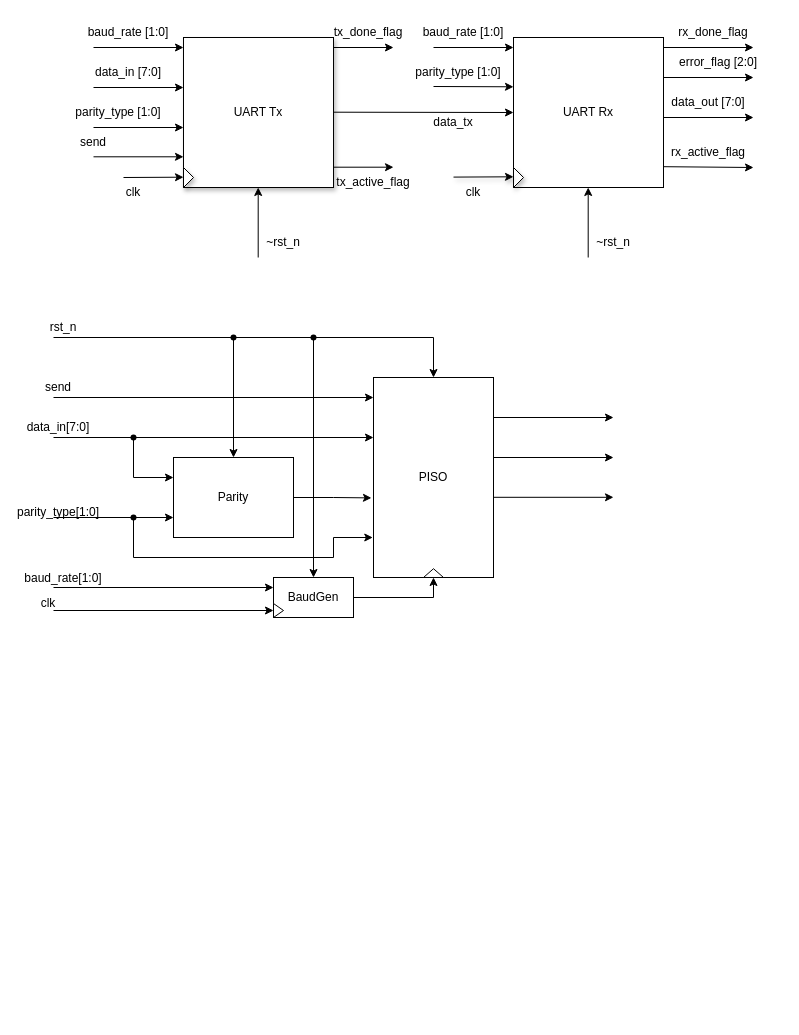
Above: page "UART" (1 of 11) of UART Diagram.drawio in 106210049/UART-SystemVerilog (draw.io), before the change. Source tidied: cells renumbered, new cells numbered last; positions are measured from the earlier drawing's top-left corner, leaving out a move shared by most shapes. Both pictures are drawn from the tidied source at 100%, with x=0, y=0 at pixel (28, 17).
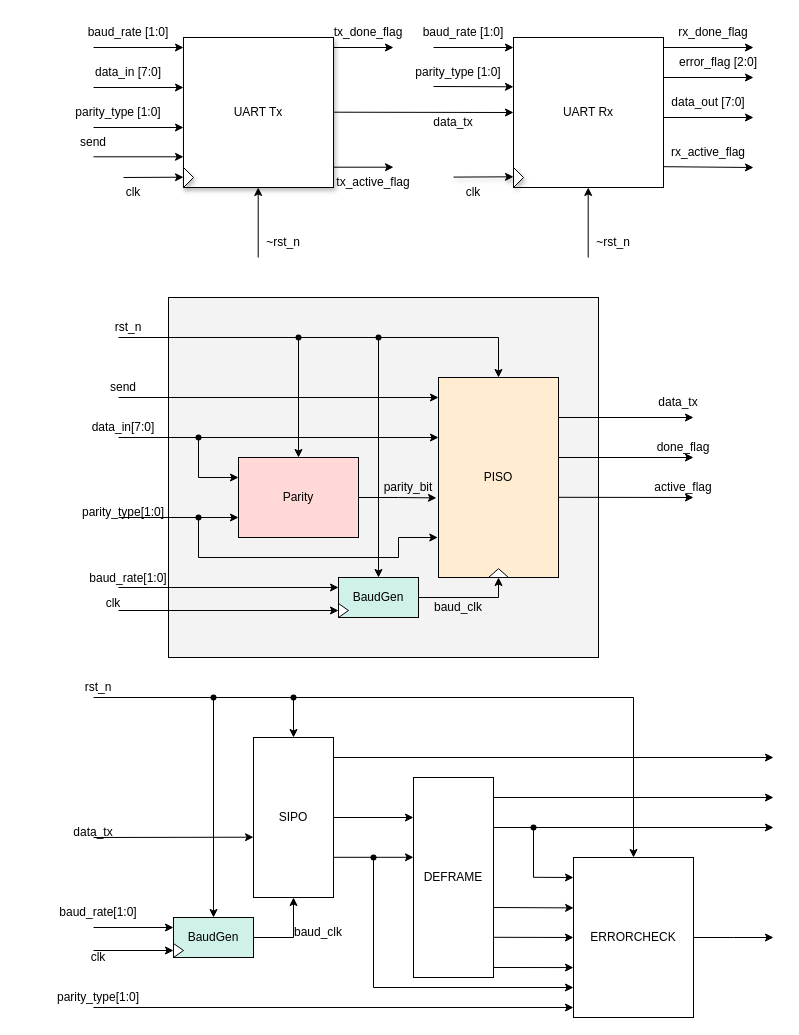
Above is the later version.

What changed in the source:
```diff
@@
+    <mxCell id="75" style="rounded=0;whiteSpace=wrap;html=1;fillColor=light-dark(#F3F3F3,var(--ge-dark-color, #121212));" parent="1" vertex="1">
+      <mxGeometry x="140" y="280" width="430" height="360" as="geometry" />
+    </mxCell>
@@
-    <mxCell id="40" value="PISO" style="rounded=0;whiteSpace=wrap;html=1;" parent="1" vertex="1">
-      <mxGeometry x="345" y="360" width="120" height="200" as="geometry" />
+    <mxCell id="40" value="PISO" style="rounded=0;whiteSpace=wrap;html=1;fillColor=light-dark(#FFECD1,var(--ge-dark-color, #121212));" parent="1" vertex="1">
+      <mxGeometry x="410" y="360" width="120" height="200" as="geometry" />
     </mxCell>
-    <mxCell id="41" value="Parity" style="rounded=0;whiteSpace=wrap;html=1;" parent="1" vertex="1">
-      <mxGeometry x="145" y="440" width="120" height="80" as="geometry" />
+    <mxCell id="41" value="Parity" style="rounded=0;whiteSpace=wrap;html=1;fillColor=light-dark(#FFD8D7,var(--ge-dark-color, #121212));" parent="1" vertex="1">
+      <mxGeometry x="210" y="440" width="120" height="80" as="geometry" />
     </mxCell>
@@
-    <mxCell id="43" value="BaudGen" style="rounded=0;whiteSpace=wrap;html=1;" parent="1" vertex="1">
-      <mxGeometry x="245" y="560" width="80" height="40" as="geometry" />
+    <mxCell id="43" value="BaudGen" style="rounded=0;whiteSpace=wrap;html=1;fillColor=light-dark(#D0F0EA,var(--ge-dark-color, #121212));" parent="1" vertex="1">
+      <mxGeometry x="310" y="560" width="80" height="40" as="geometry" />
     </mxCell>
     <mxCell id="44" style="endArrow=classic;html=1;rounded=0;" parent="1" edge="1">
       <mxGeometry relative="1" as="geometry">
-        <mxPoint x="25" y="380" as="sourcePoint" />
-        <mxPoint x="345" y="380" as="targetPoint" />
+        <mxPoint x="90" y="380" as="sourcePoint" />
+        <mxPoint x="410" y="380" as="targetPoint" />
       </mxGeometry>
     </mxCell>
     <mxCell id="45" style="endArrow=none;html=1;rounded=0;" parent="1" edge="1">
       <mxGeometry relative="1" as="geometry">
-        <mxPoint x="25" y="320" as="sourcePoint" />
-        <mxPoint x="405" y="320" as="targetPoint" />
+        <mxPoint x="90" y="320" as="sourcePoint" />
+        <mxPoint x="470" y="320" as="targetPoint" />
       </mxGeometry>
     </mxCell>
     <mxCell id="46" style="endArrow=classic;html=1;rounded=0;entryX=0.5;entryY=0;entryDx=0;entryDy=0;" parent="1" edge="1" target="40">
       <mxGeometry relative="1" as="geometry">
-        <mxPoint x="405" y="320" as="sourcePoint" />
+        <mxPoint x="470" y="320" as="sourcePoint" />
       </mxGeometry>
     </mxCell>
     <mxCell id="47" style="endArrow=classic;html=1;rounded=0;" parent="1" edge="1">
       <mxGeometry relative="1" as="geometry">
-        <mxPoint x="25" y="420" as="sourcePoint" />
-        <mxPoint x="345" y="420" as="targetPoint" />
+        <mxPoint x="90" y="420" as="sourcePoint" />
+        <mxPoint x="410" y="420" as="targetPoint" />
       </mxGeometry>
     </mxCell>
     <mxCell id="48" style="triangle;whiteSpace=wrap;html=1;rotation=-90;" parent="1" vertex="1">
-      <mxGeometry x="400.6" y="545.6" width="8.8" height="20" as="geometry" />
+      <mxGeometry x="465.6" y="545.6" width="8.8" height="20" as="geometry" />
     </mxCell>
     <mxCell id="49" style="triangle;whiteSpace=wrap;html=1;" parent="1" vertex="1">
-      <mxGeometry x="245" y="586" width="10" height="14" as="geometry" />
+      <mxGeometry x="310" y="586" width="10" height="14" as="geometry" />
     </mxCell>
     <mxCell id="50" style="endArrow=classic;html=1;rounded=0;entryX=0;entryY=0.5;entryDx=0;entryDy=0;" parent="1" edge="1" target="49">
       <mxGeometry relative="1" as="geometry">
-        <mxPoint x="25" y="593" as="sourcePoint" />
+        <mxPoint x="90" y="593" as="sourcePoint" />
       </mxGeometry>
     </mxCell>
     <mxCell id="51" style="endArrow=classic;html=1;rounded=0;entryX=0;entryY=0.25;entryDx=0;entryDy=0;" parent="1" edge="1" target="43">
       <mxGeometry relative="1" as="geometry">
-        <mxPoint x="25" y="570" as="sourcePoint" />
+        <mxPoint x="90" y="570" as="sourcePoint" />
       </mxGeometry>
     </mxCell>
     <mxCell id="52" value="baud_rate[1:0]" style="text;strokeColor=none;align=center;fillColor=none;html=1;verticalAlign=middle;whiteSpace=wrap;rounded=0;" parent="1" vertex="1">
-      <mxGeometry x="5" y="545.6" width="60" height="30" as="geometry" />
+      <mxGeometry x="70" y="545.6" width="60" height="30" as="geometry" />
     </mxCell>
     <mxCell id="53" value="clk" style="text;strokeColor=none;align=center;fillColor=none;html=1;verticalAlign=middle;whiteSpace=wrap;rounded=0;" parent="1" vertex="1">
-      <mxGeometry x="5" y="575.6" width="30" height="20" as="geometry" />
+      <mxGeometry x="70" y="575.6" width="30" height="20" as="geometry" />
     </mxCell>
     <mxCell id="54" style="endArrow=classic;html=1;rounded=0;entryX=0.5;entryY=0;entryDx=0;entryDy=0;" parent="1" edge="1" target="41">
       <mxGeometry relative="1" as="geometry">
-        <mxPoint x="205" y="320" as="sourcePoint" />
+        <mxPoint x="270" y="320" as="sourcePoint" />
       </mxGeometry>
     </mxCell>
     <mxCell id="55" style="shape=waypoint;sketch=0;fillStyle=solid;size=6;fillColor=none;perimeter=centerPerimeter;" parent="1" vertex="1">
-      <mxGeometry x="195" y="310" width="20" height="20" as="geometry" />
+      <mxGeometry x="260" y="310" width="20" height="20" as="geometry" />
     </mxCell>
     <mxCell id="56" value="rst_n" style="text;strokeColor=none;align=center;fillColor=none;html=1;verticalAlign=middle;whiteSpace=wrap;rounded=0;" parent="1" vertex="1">
-      <mxGeometry x="15" y="300" width="40" height="20" as="geometry" />
+      <mxGeometry x="80" y="300" width="40" height="20" as="geometry" />
     </mxCell>
     <mxCell id="57" style="endArrow=classic;html=1;rounded=0;entryX=0.5;entryY=0;entryDx=0;entryDy=0;" parent="1" edge="1" target="43">
       <mxGeometry relative="1" as="geometry">
-        <mxPoint x="285" y="320" as="sourcePoint" />
+        <mxPoint x="350" y="320" as="sourcePoint" />
       </mxGeometry>
     </mxCell>
     <mxCell id="58" style="shape=waypoint;sketch=0;fillStyle=solid;size=6;fillColor=none;perimeter=centerPerimeter;" parent="1" vertex="1">
-      <mxGeometry x="275" y="310" width="20" height="20" as="geometry" />
+      <mxGeometry x="340" y="310" width="20" height="20" as="geometry" />
     </mxCell>
     <mxCell id="59" style="endArrow=none;html=1;rounded=0;" parent="1" edge="1">
       <mxGeometry relative="1" as="geometry">
-        <mxPoint x="105" y="460" as="sourcePoint" />
-        <mxPoint x="105" y="420" as="targetPoint" />
+        <mxPoint x="170" y="460" as="sourcePoint" />
+        <mxPoint x="170" y="420" as="targetPoint" />
       </mxGeometry>
     </mxCell>
     <mxCell id="60" style="endArrow=classic;html=1;rounded=0;entryX=0;entryY=0.25;entryDx=0;entryDy=0;" parent="1" edge="1" target="41">
       <mxGeometry relative="1" as="geometry">
-        <mxPoint x="105" y="460" as="sourcePoint" />
+        <mxPoint x="170" y="460" as="sourcePoint" />
       </mxGeometry>
     </mxCell>
@@
     <mxCell id="62" style="endArrow=classic;html=1;rounded=0;" parent="1" edge="1">
       <mxGeometry relative="1" as="geometry">
-        <mxPoint x="25" y="500" as="sourcePoint" />
-        <mxPoint x="145" y="500" as="targetPoint" />
+        <mxPoint x="90" y="500" as="sourcePoint" />
+        <mxPoint x="210" y="500" as="targetPoint" />
       </mxGeometry>
     </mxCell>
     <mxCell id="63" style="endArrow=none;html=1;rounded=0;" parent="1" edge="1">
       <mxGeometry relative="1" as="geometry">
-        <mxPoint x="105" y="540" as="sourcePoint" />
-        <mxPoint x="105" y="500" as="targetPoint" />
+        <mxPoint x="170" y="540" as="sourcePoint" />
+        <mxPoint x="170" y="500" as="targetPoint" />
       </mxGeometry>
     </mxCell>
     <mxCell id="64" style="endArrow=none;html=1;rounded=0;" parent="1" edge="1">
       <mxGeometry relative="1" as="geometry">
-        <mxPoint x="105" y="540" as="sourcePoint" />
-        <mxPoint x="305" y="540" as="targetPoint" />
+        <mxPoint x="170" y="540" as="sourcePoint" />
+        <mxPoint x="370" y="540" as="targetPoint" />
       </mxGeometry>
     </mxCell>
     <mxCell id="65" style="shape=waypoint;sketch=0;fillStyle=solid;size=6;fillColor=none;perimeter=centerPerimeter;" parent="1" vertex="1">
-      <mxGeometry x="95" y="490" width="20" height="20" as="geometry" />
+      <mxGeometry x="160" y="490" width="20" height="20" as="geometry" />
     </mxCell>
     <mxCell id="66" style="endArrow=none;html=1;rounded=0;" parent="1" edge="1">
       <mxGeometry relative="1" as="geometry">
-        <mxPoint x="305" y="540" as="sourcePoint" />
-        <mxPoint x="305" y="520" as="targetPoint" />
+        <mxPoint x="370" y="540" as="sourcePoint" />
+        <mxPoint x="370" y="520" as="targetPoint" />
       </mxGeometry>
     </mxCell>
     <mxCell id="67" style="endArrow=classic;html=1;rounded=0;entryX=-0.006;entryY=0.8;entryDx=0;entryDy=0;entryPerimeter=0;" parent="1" edge="1" target="40">
       <mxGeometry relative="1" as="geometry">
-        <mxPoint x="305" y="520" as="sourcePoint" />
+        <mxPoint x="370" y="520" as="sourcePoint" />
       </mxGeometry>
     </mxCell>
     <mxCell id="68" style="endArrow=classic;html=1;rounded=0;" parent="1" edge="1">
       <mxGeometry relative="1" as="geometry">
-        <mxPoint x="465" y="400" as="sourcePoint" />
-        <mxPoint x="585" y="400" as="targetPoint" />
+        <mxPoint x="530" y="400" as="sourcePoint" />
+        <mxPoint x="665" y="400" as="targetPoint" />
       </mxGeometry>
     </mxCell>
     <mxCell id="69" style="endArrow=classic;html=1;rounded=0;" parent="1" edge="1">
       <mxGeometry relative="1" as="geometry">
-        <mxPoint x="465" y="440" as="sourcePoint" />
-        <mxPoint x="585" y="440" as="targetPoint" />
+        <mxPoint x="530" y="440" as="sourcePoint" />
+        <mxPoint x="665" y="440" as="targetPoint" />
       </mxGeometry>
     </mxCell>
     <mxCell id="70" style="endArrow=classic;html=1;rounded=0;" parent="1" edge="1">
       <mxGeometry relative="1" as="geometry">
-        <mxPoint x="465" y="479.8" as="sourcePoint" />
-        <mxPoint x="585" y="479.8" as="targetPoint" />
+        <mxPoint x="530" y="479.8" as="sourcePoint" />
+        <mxPoint x="665" y="480" as="targetPoint" />
       </mxGeometry>
     </mxCell>
     <mxCell id="71" style="shape=waypoint;sketch=0;fillStyle=solid;size=6;fillColor=none;perimeter=centerPerimeter;" parent="1" vertex="1">
-      <mxGeometry x="95" y="410" width="20" height="20" as="geometry" />
+      <mxGeometry x="160" y="410" width="20" height="20" as="geometry" />
     </mxCell>
     <mxCell id="72" value="data_in[7:0]" style="text;strokeColor=none;align=center;fillColor=none;html=1;verticalAlign=middle;whiteSpace=wrap;rounded=0;" parent="1" vertex="1">
-      <mxGeometry x="10" y="400" width="40" height="20" as="geometry" />
+      <mxGeometry x="75" y="400" width="40" height="20" as="geometry" />
     </mxCell>
     <mxCell id="73" value="send" style="text;strokeColor=none;align=center;fillColor=none;html=1;verticalAlign=middle;whiteSpace=wrap;rounded=0;" parent="1" vertex="1">
-      <mxGeometry x="10" y="360" width="40" height="20" as="geometry" />
+      <mxGeometry x="75" y="360" width="40" height="20" as="geometry" />
     </mxCell>
     <mxCell id="74" value="parity_type[1:0]" style="text;strokeColor=none;align=center;fillColor=none;html=1;verticalAlign=middle;whiteSpace=wrap;rounded=0;" parent="1" vertex="1">
-      <mxGeometry y="480" width="60" height="30" as="geometry" />
+      <mxGeometry x="65" y="480" width="60" height="30" as="geometry" />
     </mxCell>
+    <mxCell id="76" value="parity_bit" style="text;strokeColor=none;align=center;fillColor=none;html=1;verticalAlign=middle;whiteSpace=wrap;rounded=0;" parent="1" vertex="1">
+      <mxGeometry x="360" y="460" width="40" height="20" as="geometry" />
+    </mxCell>
+    <mxCell id="77" value="baud_clk" style="text;strokeColor=none;align=center;fillColor=none;html=1;verticalAlign=middle;whiteSpace=wrap;rounded=0;" parent="1" vertex="1">
+      <mxGeometry x="400" y="580" width="60" height="20.6" as="geometry" />
+    </mxCell>
+    <mxCell id="78" value="data_tx" style="text;strokeColor=none;align=center;fillColor=none;html=1;verticalAlign=middle;whiteSpace=wrap;rounded=0;" parent="1" vertex="1">
+      <mxGeometry x="625" y="370" width="50" height="30" as="geometry" />
+    </mxCell>
+    <mxCell id="79" value="done_flag" style="text;strokeColor=none;align=center;fillColor=none;html=1;verticalAlign=middle;whiteSpace=wrap;rounded=0;" parent="1" vertex="1">
+      <mxGeometry x="625" y="420" width="60" height="20" as="geometry" />
+    </mxCell>
+    <mxCell id="80" value="active_flag" style="text;strokeColor=none;align=center;fillColor=none;html=1;verticalAlign=middle;whiteSpace=wrap;rounded=0;" parent="1" vertex="1">
+      <mxGeometry x="625" y="460" width="60" height="20" as="geometry" />
+    </mxCell>
+    <mxCell id="81" value="SIPO" style="rounded=0;whiteSpace=wrap;html=1;" parent="1" vertex="1">
+      <mxGeometry x="225" y="720" width="80" height="160" as="geometry" />
+    </mxCell>
+    <mxCell id="82" style="endArrow=classic;html=1;rounded=0;" parent="1" edge="1">
+      <mxGeometry relative="1" as="geometry">
+        <mxPoint x="65" y="820" as="sourcePoint" />
+        <mxPoint x="225" y="819.7" as="targetPoint" />
+      </mxGeometry>
+    </mxCell>
+    <mxCell id="83" style="group;" parent="1" vertex="1">
+      <mxGeometry x="145" y="900" width="80" height="40" as="geometry" />
+    </mxCell>
+    <mxCell id="84" value="BaudGen" style="rounded=0;whiteSpace=wrap;html=1;fillColor=light-dark(#D0F0EA,var(--ge-dark-color, #121212));" parent="83" vertex="1">
+      <mxGeometry width="80" height="40" as="geometry" />
+    </mxCell>
+    <mxCell id="85" style="triangle;whiteSpace=wrap;html=1;" parent="83" vertex="1">
+      <mxGeometry y="26" width="10" height="14" as="geometry" />
+    </mxCell>
+    <mxCell id="86" style="endArrow=classic;html=1;rounded=0;entryX=0;entryY=0.5;entryDx=0;entryDy=0;" parent="1" edge="1" target="85">
+      <mxGeometry relative="1" as="geometry">
+        <mxPoint x="65" y="933" as="sourcePoint" />
+      </mxGeometry>
+    </mxCell>
+    <mxCell id="87" style="edgeStyle=orthogonalEdgeStyle;rounded=0;jettySize=auto;html=1;entryX=0.5;entryY=1;entryDx=0;entryDy=0;" parent="1" edge="1" source="84" target="81">
+      <mxGeometry relative="1" as="geometry">
+        <Array as="points">
+          <mxPoint x="265" y="920" />
+        </Array>
+      </mxGeometry>
+    </mxCell>
+    <mxCell id="88" value="DEFRAME" style="rounded=0;whiteSpace=wrap;html=1;" parent="1" vertex="1">
+      <mxGeometry x="385" y="760" width="80" height="200" as="geometry" />
+    </mxCell>
+    <mxCell id="89" style="edgeStyle=orthogonalEdgeStyle;rounded=0;orthogonalLoop=1;jettySize=auto;html=1;entryX=0;entryY=0.375;entryDx=0;entryDy=0;entryPerimeter=0;" parent="1" edge="1">
+      <mxGeometry relative="1" as="geometry">
+        <mxPoint x="305" y="800" as="sourcePoint" />
+        <mxPoint x="385" y="800" as="targetPoint" />
+      </mxGeometry>
+    </mxCell>
+    <mxCell id="90" style="edgeStyle=orthogonalEdgeStyle;rounded=0;orthogonalLoop=1;jettySize=auto;html=1;entryX=0;entryY=0.375;entryDx=0;entryDy=0;entryPerimeter=0;" parent="1" edge="1">
+      <mxGeometry relative="1" as="geometry">
+        <mxPoint x="305" y="839.8" as="sourcePoint" />
+        <mxPoint x="385" y="839.8" as="targetPoint" />
+      </mxGeometry>
+    </mxCell>
+    <mxCell id="91" style="endArrow=classic;html=1;rounded=0;" parent="1" edge="1">
+      <mxGeometry relative="1" as="geometry">
+        <mxPoint x="305" y="740" as="sourcePoint" />
+        <mxPoint x="745" y="740" as="targetPoint" />
+      </mxGeometry>
+    </mxCell>
+    <mxCell id="92" style="endArrow=classic;html=1;rounded=0;" parent="1" edge="1">
+      <mxGeometry relative="1" as="geometry">
+        <mxPoint x="465" y="780" as="sourcePoint" />
+        <mxPoint x="745" y="780" as="targetPoint" />
+      </mxGeometry>
+    </mxCell>
+    <mxCell id="93" style="endArrow=classic;html=1;rounded=0;" parent="1" edge="1">
+      <mxGeometry relative="1" as="geometry">
+        <mxPoint x="465.6" y="810" as="sourcePoint" />
+        <mxPoint x="745" y="810" as="targetPoint" />
+      </mxGeometry>
+    </mxCell>
+    <mxCell id="94" style="edgeStyle=orthogonalEdgeStyle;rounded=0;jettySize=auto;html=1;" parent="1" edge="1" source="95">
+      <mxGeometry relative="1" as="geometry">
+        <mxPoint x="745" y="920" as="targetPoint" />
+      </mxGeometry>
+    </mxCell>
+    <mxCell id="95" value="ERRORCHECK" style="rounded=0;whiteSpace=wrap;html=1;" parent="1" vertex="1">
+      <mxGeometry x="545" y="840" width="120" height="160" as="geometry" />
+    </mxCell>
+    <mxCell id="96" style="endArrow=none;html=1;rounded=0;" parent="1" edge="1">
+      <mxGeometry relative="1" as="geometry">
+        <mxPoint x="505" y="860" as="sourcePoint" />
+        <mxPoint x="505" y="810" as="targetPoint" />
+      </mxGeometry>
+    </mxCell>
+    <mxCell id="97" style="endArrow=classic;html=1;rounded=0;entryX=0;entryY=0.125;entryDx=0;entryDy=0;entryPerimeter=0;" parent="1" edge="1" target="95">
+      <mxGeometry relative="1" as="geometry">
+        <mxPoint x="505" y="859.8" as="sourcePoint" />
+      </mxGeometry>
+    </mxCell>
+    <mxCell id="98" style="endArrow=classic;html=1;rounded=0;entryX=0.001;entryY=0.315;entryDx=0;entryDy=0;entryPerimeter=0;" parent="1" edge="1" target="95">
+      <mxGeometry relative="1" as="geometry">
+        <mxPoint x="465.6" y="890" as="sourcePoint" />
+      </mxGeometry>
+    </mxCell>
+    <mxCell id="99" style="endArrow=classic;html=1;rounded=0;entryX=0;entryY=0.5;entryDx=0;entryDy=0;" parent="1" edge="1" target="95">
+      <mxGeometry relative="1" as="geometry">
+        <mxPoint x="465.6" y="919.8" as="sourcePoint" />
+      </mxGeometry>
+    </mxCell>
+    <mxCell id="100" style="endArrow=classic;html=1;rounded=0;entryX=0;entryY=0.688;entryDx=0;entryDy=0;entryPerimeter=0;" parent="1" edge="1" target="95">
+      <mxGeometry relative="1" as="geometry">
+        <mxPoint x="465.6" y="950" as="sourcePoint" />
+      </mxGeometry>
+    </mxCell>
+    <mxCell id="101" style="endArrow=none;html=1;rounded=0;" parent="1" edge="1" target="110">
+      <mxGeometry relative="1" as="geometry">
+        <mxPoint x="345" y="970" as="sourcePoint" />
+      </mxGeometry>
+    </mxCell>
+    <mxCell id="102" style="endArrow=classic;html=1;rounded=0;entryX=0;entryY=0.875;entryDx=0;entryDy=0;entryPerimeter=0;" parent="1" edge="1">
+      <mxGeometry relative="1" as="geometry">
+        <mxPoint x="345" y="970" as="sourcePoint" />
+        <mxPoint x="545" y="970" as="targetPoint" />
+      </mxGeometry>
+    </mxCell>
+    <mxCell id="103" style="endArrow=classic;html=1;rounded=0;" parent="1" edge="1">
+      <mxGeometry relative="1" as="geometry">
+        <mxPoint x="65" y="990" as="sourcePoint" />
+        <mxPoint x="545" y="990" as="targetPoint" />
+      </mxGeometry>
+    </mxCell>
+    <mxCell id="104" style="endArrow=none;html=1;rounded=0;" parent="1" edge="1">
+      <mxGeometry relative="1" as="geometry">
+        <mxPoint x="65" y="680" as="sourcePoint" />
+        <mxPoint x="605" y="680" as="targetPoint" />
+      </mxGeometry>
+    </mxCell>
+    <mxCell id="105" style="endArrow=classic;html=1;rounded=0;entryX=0.5;entryY=0;entryDx=0;entryDy=0;" parent="1" edge="1" target="81">
+      <mxGeometry relative="1" as="geometry">
+        <mxPoint x="265" y="680" as="sourcePoint" />
+      </mxGeometry>
+    </mxCell>
+    <mxCell id="106" style="endArrow=classic;html=1;rounded=0;entryX=0.5;entryY=0;entryDx=0;entryDy=0;" parent="1" edge="1" target="95">
+      <mxGeometry relative="1" as="geometry">
+        <mxPoint x="605" y="680" as="sourcePoint" />
+      </mxGeometry>
+    </mxCell>
+    <mxCell id="107" style="endArrow=classic;html=1;rounded=0;entryX=0.5;entryY=0;entryDx=0;entryDy=0;" parent="1" edge="1" target="84">
+      <mxGeometry relative="1" as="geometry">
+        <mxPoint x="185" y="680" as="sourcePoint" />
+      </mxGeometry>
+    </mxCell>
+    <mxCell id="108" style="shape=waypoint;sketch=0;fillStyle=solid;size=6;fillColor=none;perimeter=centerPerimeter;" parent="1" vertex="1">
+      <mxGeometry x="175" y="670" width="20" height="20" as="geometry" />
+    </mxCell>
+    <mxCell id="109" style="shape=waypoint;sketch=0;fillStyle=solid;size=6;fillColor=none;perimeter=centerPerimeter;" parent="1" vertex="1">
+      <mxGeometry x="255" y="670" width="20" height="20" as="geometry" />
+    </mxCell>
+    <mxCell id="110" style="shape=waypoint;sketch=0;fillStyle=solid;size=6;points=[];fillColor=none;perimeter=centerPerimeter;snapToPoint=1;" parent="1" vertex="1">
+      <mxGeometry x="335" y="830" width="20" height="20" as="geometry" />
+    </mxCell>
+    <mxCell id="111" style="shape=waypoint;sketch=0;fillStyle=solid;size=6;fillColor=none;perimeter=centerPerimeter;" parent="1" vertex="1">
+      <mxGeometry x="495" y="800" width="20" height="20" as="geometry" />
+    </mxCell>
+    <mxCell id="112" value="rst_n" style="text;strokeColor=none;align=center;fillColor=none;html=1;verticalAlign=middle;whiteSpace=wrap;rounded=0;" parent="1" vertex="1">
+      <mxGeometry x="50" y="660" width="40" height="20" as="geometry" />
+    </mxCell>
+    <mxCell id="113" value="data_tx" style="text;strokeColor=none;align=center;fillColor=none;html=1;verticalAlign=middle;whiteSpace=wrap;rounded=0;" parent="1" vertex="1">
+      <mxGeometry x="40" y="800" width="50" height="30" as="geometry" />
+    </mxCell>
+    <mxCell id="114" value="clk" style="text;strokeColor=none;align=center;fillColor=none;html=1;verticalAlign=middle;whiteSpace=wrap;rounded=0;" parent="1" vertex="1">
+      <mxGeometry x="55" y="930" width="30" height="20" as="geometry" />
+    </mxCell>
+    <mxCell id="115" style="endArrow=classic;html=1;rounded=0;entryX=0;entryY=0.25;entryDx=0;entryDy=0;" parent="1" edge="1" target="84">
+      <mxGeometry relative="1" as="geometry">
+        <mxPoint x="65" y="910" as="sourcePoint" />
+      </mxGeometry>
+    </mxCell>
+    <mxCell id="116" value="baud_rate[1:0]" style="text;strokeColor=none;align=center;fillColor=none;html=1;verticalAlign=middle;whiteSpace=wrap;rounded=0;" parent="1" vertex="1">
+      <mxGeometry x="40" y="880" width="60" height="30" as="geometry" />
+    </mxCell>
+    <mxCell id="117" value="parity_type[1:0]" style="text;strokeColor=none;align=center;fillColor=none;html=1;verticalAlign=middle;whiteSpace=wrap;rounded=0;" parent="1" vertex="1">
+      <mxGeometry x="40" y="970" width="60" height="20" as="geometry" />
+    </mxCell>
+    <mxCell id="118" value="baud_clk" style="text;strokeColor=none;align=center;fillColor=none;html=1;verticalAlign=middle;whiteSpace=wrap;rounded=0;" parent="1" vertex="1">
+      <mxGeometry x="260" y="900" width="60" height="30" as="geometry" />
+    </mxCell>
```
